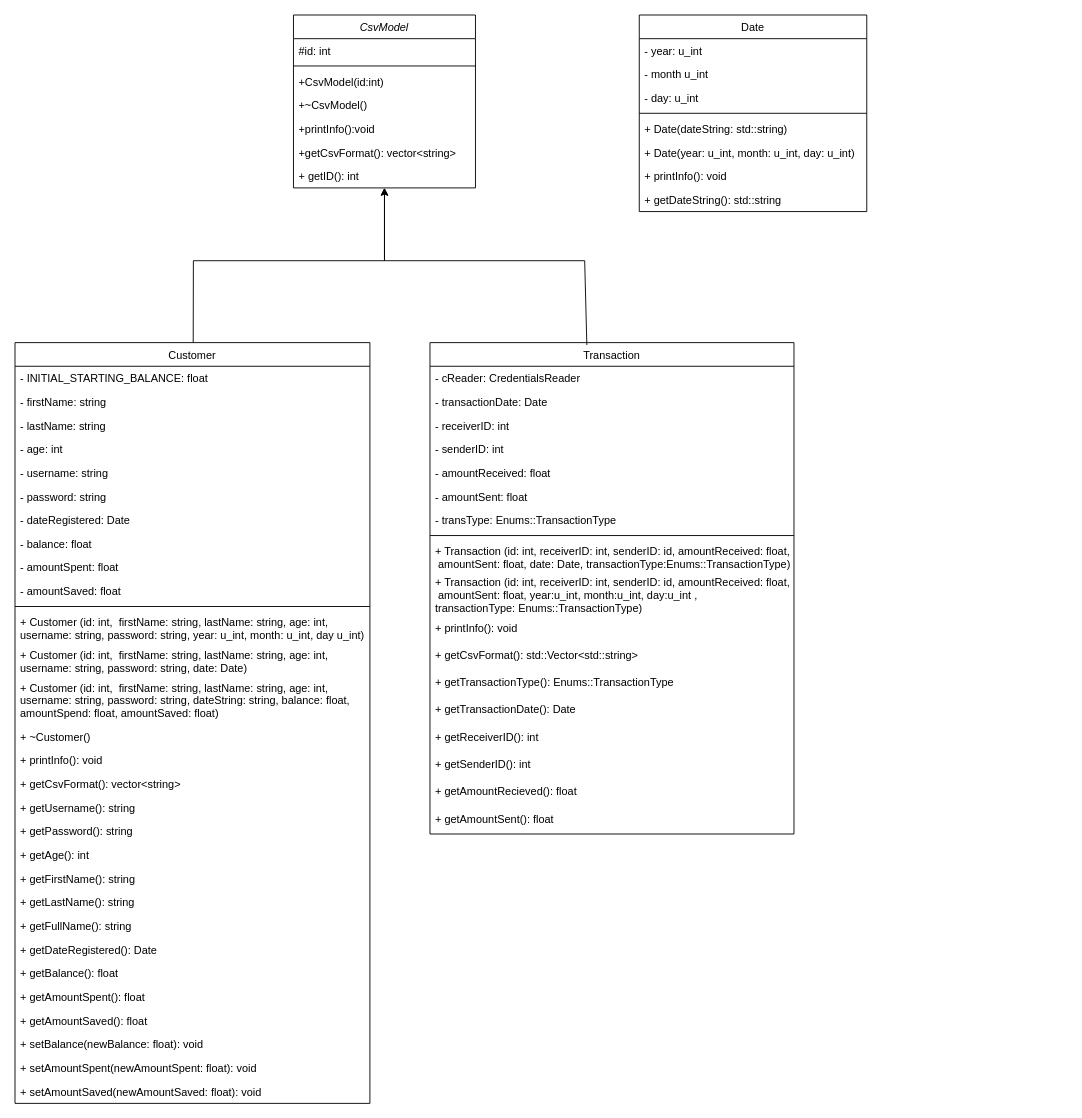
Earlier version of the draw.io diagram page "model" (1 of 4) of data/UML.drawio (rawsashimi1604/1009_BankingSystem). Source tidied: cells renumbered, new cells numbered last; positions are measured from the earlier drawing's top-left corner, leaving out a move shared by most shapes. Both pictures are drawn from the tidied source at 91%, with x=0, y=0 at pixel (15, 15).
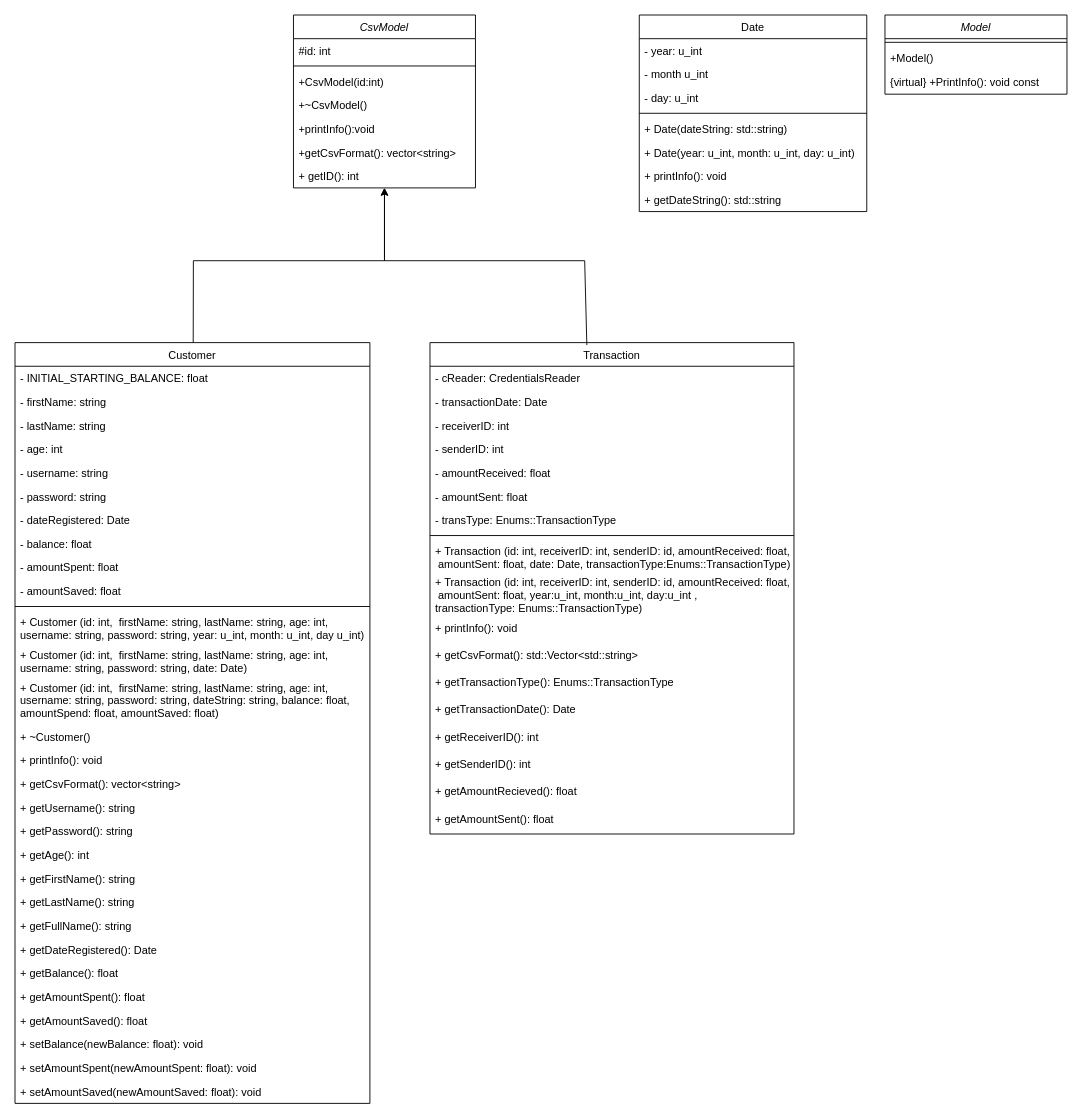
After the change.

The edit, as a diff of the source:
```diff
@@
+    <mxCell id="71" value="Model" style="swimlane;fontStyle=2;align=center;verticalAlign=top;horizontal=1;startSize=26;rounded=0;shadow=0;strokeWidth=1;" parent="1" vertex="1">
+      <mxGeometry x="956" width="200" height="87" as="geometry" />
+    </mxCell>
+    <mxCell id="72" style="line;html=1;strokeWidth=1;align=left;verticalAlign=middle;spacingTop=-1;spacingLeft=3;spacingRight=3;labelPosition=right;" parent="71" vertex="1">
+      <mxGeometry y="26" width="200" height="8" as="geometry" />
+    </mxCell>
+    <mxCell id="73" value="+Model()" style="text;align=left;verticalAlign=top;spacingLeft=4;spacingRight=4;overflow=hidden;rounded=0;shadow=0;html=0;" parent="71" vertex="1">
+      <mxGeometry y="34" width="200" height="26" as="geometry" />
+    </mxCell>
+    <mxCell id="74" value="{virtual} +PrintInfo(): void const" style="text;align=left;verticalAlign=top;spacingLeft=4;spacingRight=4;overflow=hidden;rounded=0;shadow=0;html=0;" parent="71" vertex="1">
+      <mxGeometry y="60" width="200" height="26" as="geometry" />
+    </mxCell>
```
